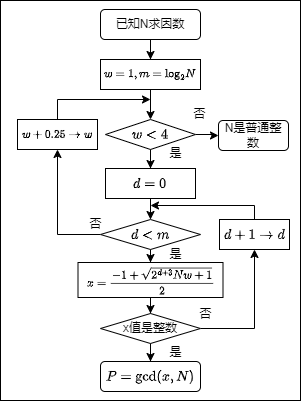
Above: 未命名绘图.drawio.png in lynxswf/lynxswf (draw.io), before the change. Source tidied: cells renumbered, new cells last; positions are measured from the earlier drawing's top-left corner, leaving out a move shared by most shapes.
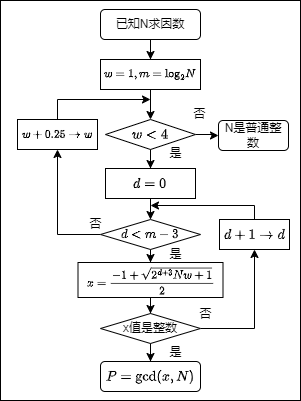
After the commit.

Commit message:
更新未命名绘图.drawio.png

The edit, as a diff of the source:
```diff
@@ -35,7 +35,7 @@
     <mxCell id="12" style="edgeStyle=orthogonalEdgeStyle;rounded=0;jettySize=auto;html=1;" parent="1" edge="1" source="13" target="20">
       <mxGeometry relative="1" as="geometry" />
     </mxCell>
-    <mxCell id="13" value="$$d&amp;lt;m$$" style="rhombus;whiteSpace=wrap;html=1;" parent="1" vertex="1">
+    <mxCell id="13" value="$$d&amp;lt;m-3$$" style="rhombus;whiteSpace=wrap;html=1;fontSize=11;" parent="1" vertex="1">
       <mxGeometry x="100" y="219" width="100" height="30" as="geometry" />
     </mxCell>
     <mxCell id="14" style="edgeStyle=orthogonalEdgeStyle;rounded=0;jettySize=auto;html=1;" parent="1" edge="1" source="15" target="18">
```
